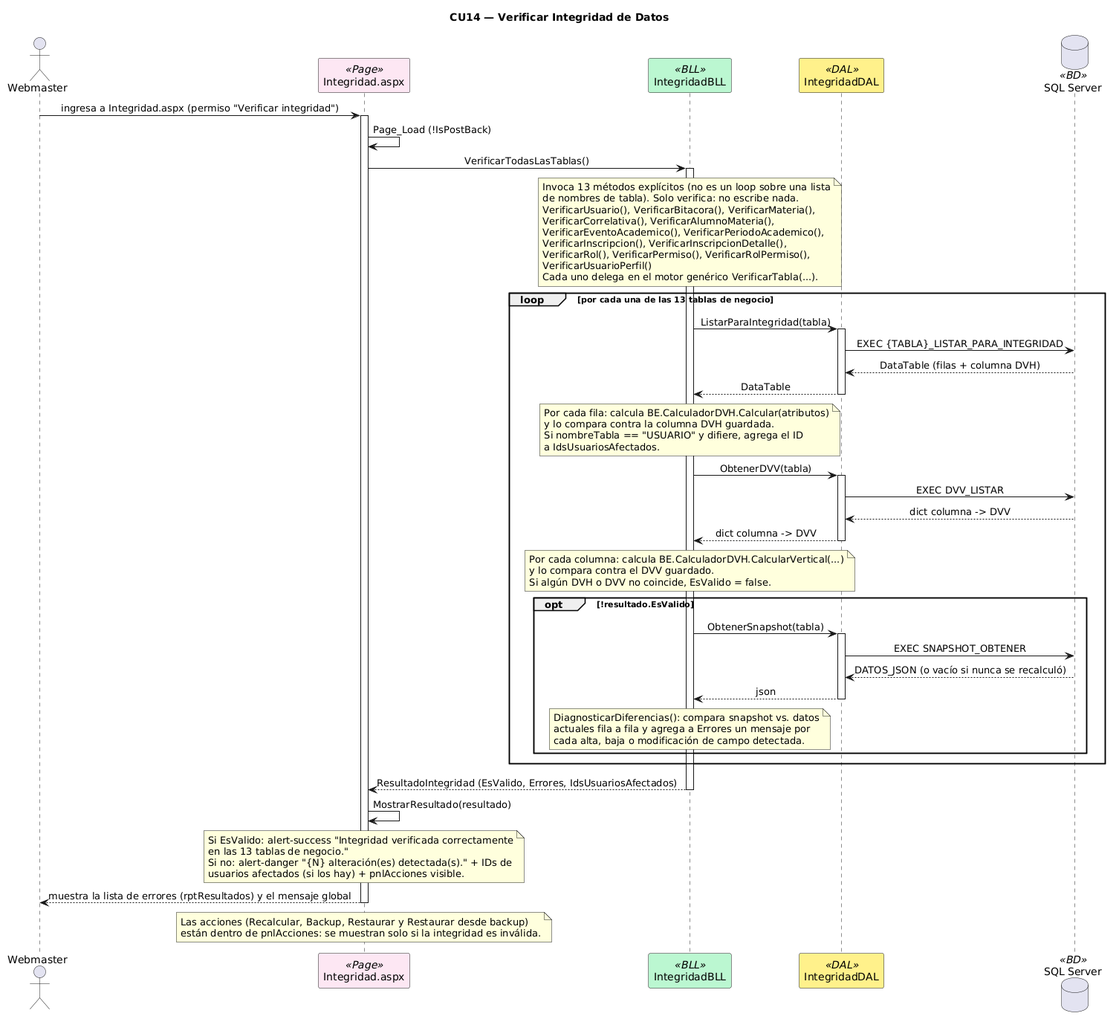
Above: DIAGRAMAS/Secuencia_CU14_VerificarIntegridad.png in Urrels/tpDYAWeb (PlantUML), before the change.
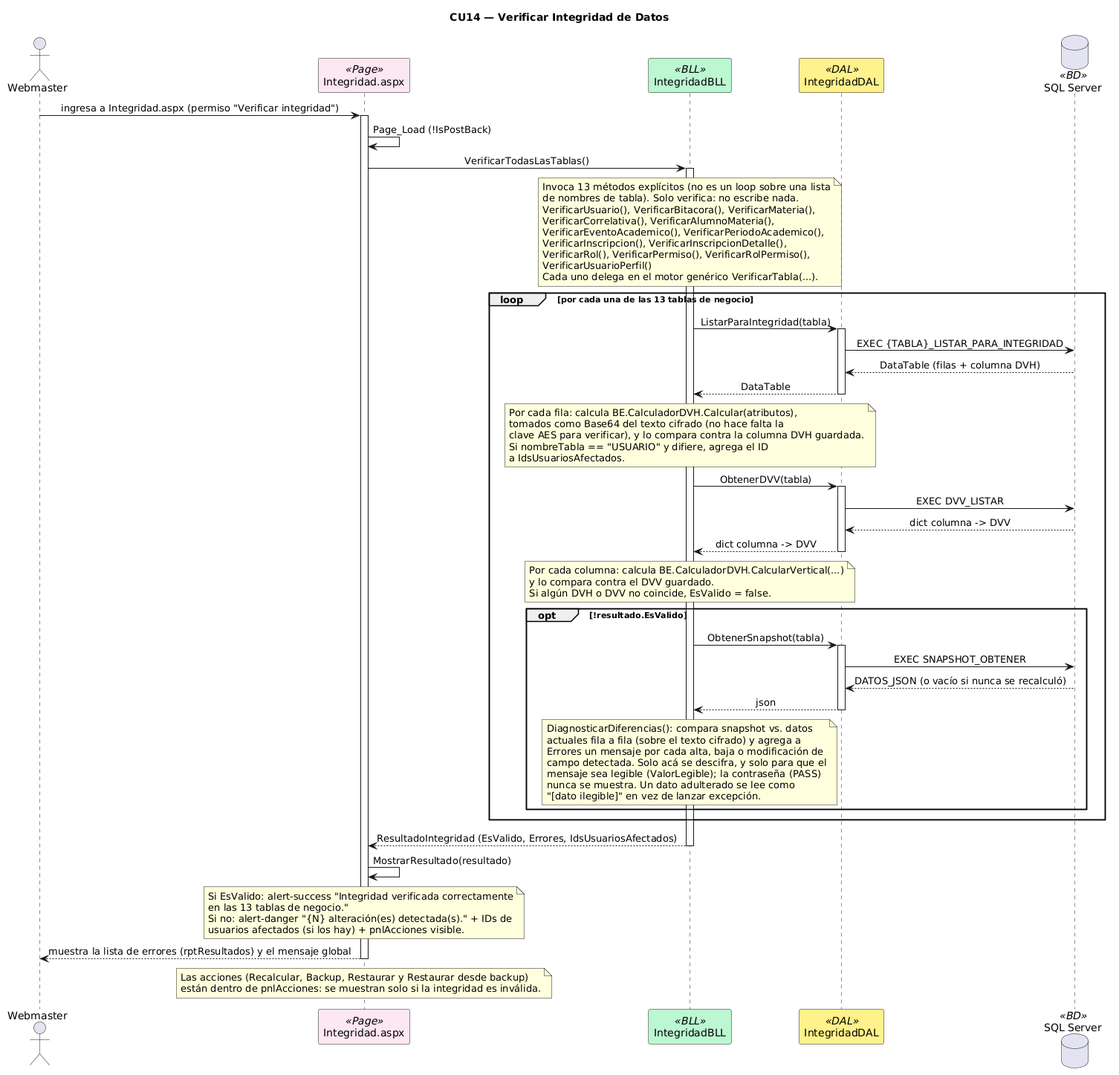
After the change.

The edit, as a diff of the source:
```diff
@@ -3,95 +3,88 @@
 skinparam sequenceMessageAlign center
 skinparam shadowing false
 skinparam sequenceParticipant {
-    BackgroundColor<<Page>> #FCE7F3
-    BackgroundColor<<BLL>> #BBF7D0
-    BackgroundColor<<DAL>> #FEF08A
-    BackgroundColor<<BD>> #DBEAFE
+BackgroundColor<<Page>> #FCE7F3
+BackgroundColor<<BLL>> #BBF7D0
+BackgroundColor<<DAL>> #FEF08A
+BackgroundColor<<BD>> #DBEAFE
 }
-
 actor Webmaster as WM
 participant "Integridad.aspx" as PAGE <<Page>>
 participant "IntegridadBLL" as BLL <<BLL>>
 participant "IntegridadDAL" as DAL <<DAL>>
 database "SQL Server" as DB <<BD>>
-
 WM -> PAGE : ingresa a Integridad.aspx (permiso "Verificar integridad")
 activate PAGE
 PAGE -> PAGE : Page_Load (!IsPostBack)
 PAGE -> BLL : VerificarTodasLasTablas()
 activate BLL
-
 note over BLL
-  Invoca 13 métodos explícitos (no es un loop sobre una lista
-  de nombres de tabla). Solo verifica: no escribe nada.
-  VerificarUsuario(), VerificarBitacora(), VerificarMateria(),
-  VerificarCorrelativa(), VerificarAlumnoMateria(),
-  VerificarEventoAcademico(), VerificarPeriodoAcademico(),
-  VerificarInscripcion(), VerificarInscripcionDetalle(),
-  VerificarRol(), VerificarPermiso(), VerificarRolPermiso(),
-  VerificarUsuarioPerfil()
-  Cada uno delega en el motor genérico VerificarTabla(...).
+Invoca 13 métodos explícitos (no es un loop sobre una lista
+de nombres de tabla). Solo verifica: no escribe nada.
+VerificarUsuario(), VerificarBitacora(), VerificarMateria(),
+VerificarCorrelativa(), VerificarAlumnoMateria(),
+VerificarEventoAcademico(), VerificarPeriodoAcademico(),
+VerificarInscripcion(), VerificarInscripcionDetalle(),
+VerificarRol(), VerificarPermiso(), VerificarRolPermiso(),
+VerificarUsuarioPerfil()
+Cada uno delega en el motor genérico VerificarTabla(...).
 end note
-
 loop por cada una de las 13 tablas de negocio
-    BLL -> DAL : ListarParaIntegridad(tabla)
-    activate DAL
-    DAL -> DB : EXEC {TABLA}_LISTAR_PARA_INTEGRIDAD
-    DB --> DAL : DataTable (filas + columna DVH)
-    DAL --> BLL : DataTable
-    deactivate DAL
-
-    note over BLL
-        Por cada fila: calcula BE.CalculadorDVH.Calcular(atributos)
-        y lo compara contra la columna DVH guardada.
-        Si nombreTabla == "USUARIO" y difiere, agrega el ID
-        a IdsUsuariosAfectados.
-    end note
-
-    BLL -> DAL : ObtenerDVV(tabla)
-    activate DAL
-    DAL -> DB : EXEC DVV_LISTAR
-    DB --> DAL : dict columna -> DVV
-    DAL --> BLL : dict columna -> DVV
-    deactivate DAL
-
-    note over BLL
-        Por cada columna: calcula BE.CalculadorDVH.CalcularVertical(...)
-        y lo compara contra el DVV guardado.
-        Si algún DVH o DVV no coincide, EsValido = false.
-    end note
-
-    opt !resultado.EsValido
-        BLL -> DAL : ObtenerSnapshot(tabla)
-        activate DAL
-        DAL -> DB : EXEC SNAPSHOT_OBTENER
-        DB --> DAL : DATOS_JSON (o vacío si nunca se recalculó)
-        DAL --> BLL : json
-        deactivate DAL
-        note over BLL
-            DiagnosticarDiferencias(): compara snapshot vs. datos
-            actuales fila a fila y agrega a Errores un mensaje por
-            cada alta, baja o modificación de campo detectada.
-        end note
-    end
+BLL -> DAL : ListarParaIntegridad(tabla)
+activate DAL
+DAL -> DB : EXEC {TABLA}_LISTAR_PARA_INTEGRIDAD
+DB --> DAL : DataTable (filas + columna DVH)
+DAL --> BLL : DataTable
+deactivate DAL
+note over BLL
+Por cada fila: calcula BE.CalculadorDVH.Calcular(atributos),
+tomados como Base64 del texto cifrado (no hace falta la
+clave AES para verificar), y lo compara contra la columna DVH guardada.
+Si nombreTabla == "USUARIO" y difiere, agrega el ID
+a IdsUsuariosAfectados.
+end note
+BLL -> DAL : ObtenerDVV(tabla)
+activate DAL
+DAL -> DB : EXEC DVV_LISTAR
+DB --> DAL : dict columna -> DVV
+DAL --> BLL : dict columna -> DVV
+deactivate DAL
+note over BLL
+Por cada columna: calcula BE.CalculadorDVH.CalcularVertical(...)
+y lo compara contra el DVV guardado.
+Si algún DVH o DVV no coincide, EsValido = false.
+end note
+opt !resultado.EsValido
+BLL -> DAL : ObtenerSnapshot(tabla)
+activate DAL
+DAL -> DB : EXEC SNAPSHOT_OBTENER
+DB --> DAL : DATOS_JSON (o vacío si nunca se recalculó)
+DAL --> BLL : json
+deactivate DAL
+note over BLL
+DiagnosticarDiferencias(): compara snapshot vs. datos
+actuales fila a fila (sobre el texto cifrado) y agrega a
+Errores un mensaje por cada alta, baja o modificación de
+campo detectada. Solo acá se descifra, y solo para que el
+mensaje sea legible (ValorLegible); la contraseña (PASS)
+nunca se muestra. Un dato adulterado se lee como
+"[dato ilegible]" en vez de lanzar excepción.
+end note
 end
-
+end
 BLL --> PAGE : ResultadoIntegridad (EsValido, Errores, IdsUsuariosAfectados)
 deactivate BLL
-
 PAGE -> PAGE : MostrarResultado(resultado)
 note over PAGE
-  Si EsValido: alert-success "Integridad verificada correctamente
-  en las 13 tablas de negocio."
-  Si no: alert-danger "{N} alteración(es) detectada(s)." + IDs de
-  usuarios afectados (si los hay) + pnlAcciones visible.
+Si EsValido: alert-success "Integridad verificada correctamente
+en las 13 tablas de negocio."
+Si no: alert-danger "{N} alteración(es) detectada(s)." + IDs de
+usuarios afectados (si los hay) + pnlAcciones visible.
 end note
-
 PAGE --> WM : muestra la lista de errores (rptResultados) y el mensaje global
 deactivate PAGE
-
 note over PAGE
-  Las acciones (Recalcular, Backup, Restaurar y Restaurar desde backup)
-  están dentro de pnlAcciones: se muestran solo si la integridad es inválida.
+Las acciones (Recalcular, Backup, Restaurar y Restaurar desde backup)
+están dentro de pnlAcciones: se muestran solo si la integridad es inválida.
 end note
 @enduml
```
